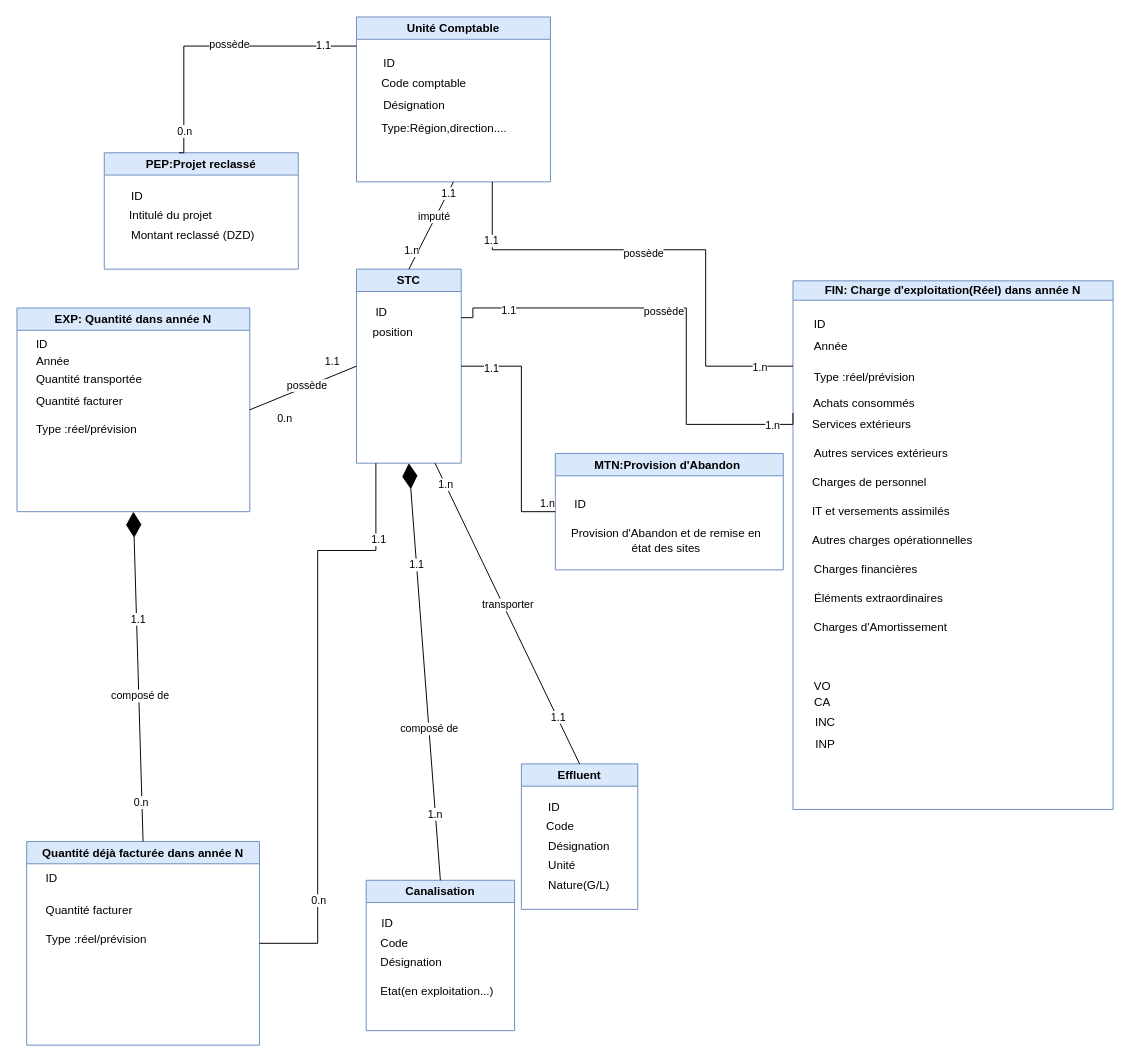
Above: Diagramme de class Tarification.drawio.xml in saddambelabed/Conception (draw.io), before the change. Source tidied: cells renumbered, new cells numbered last; positions are measured from the earlier drawing's top-left corner, leaving out a move shared by most shapes. Both pictures are drawn from the tidied source at 97%, with x=0, y=0 at pixel (16, 16).
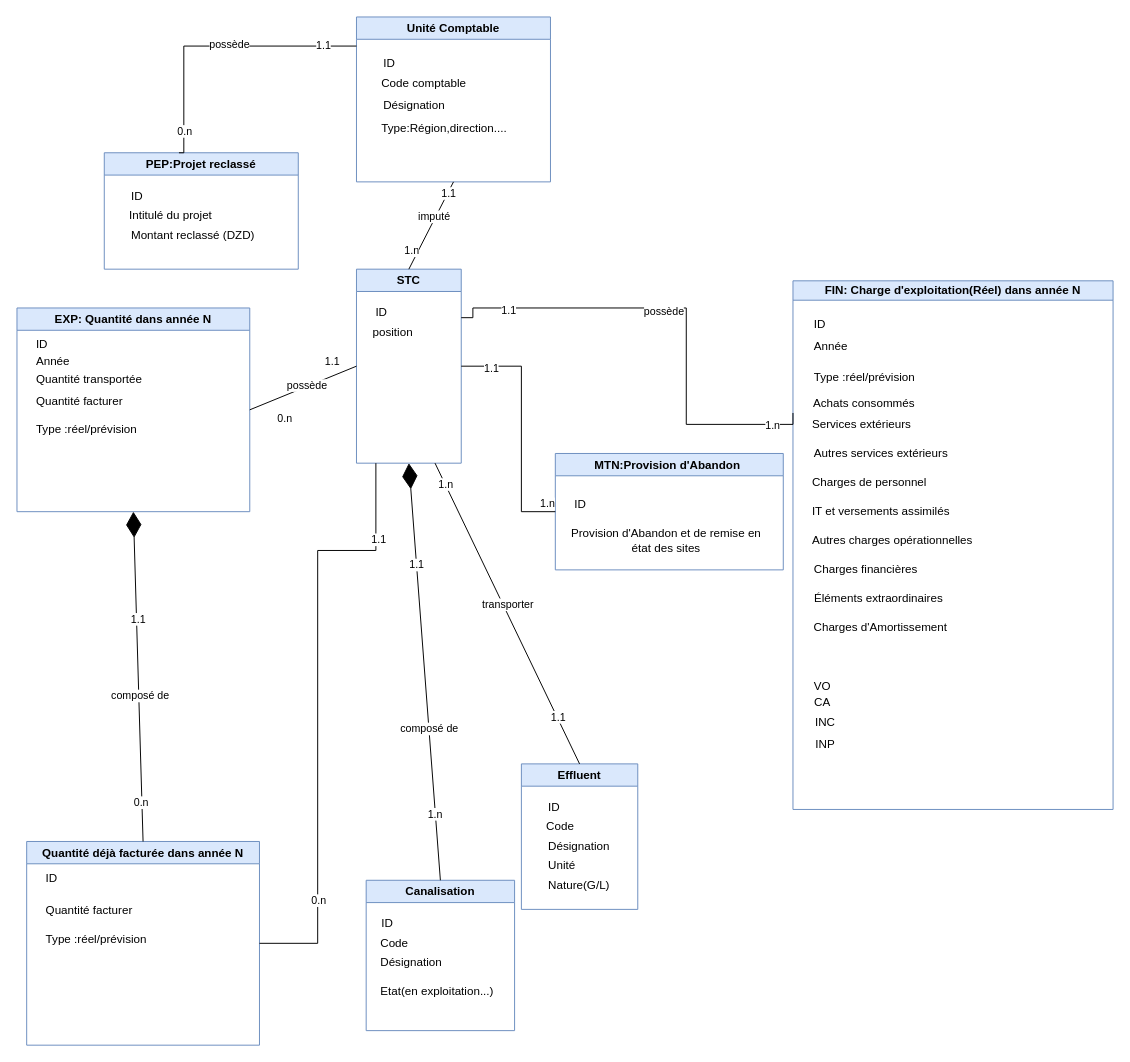
Above is the later version.

Commit message:
Mettre à jour Diagramme de class Tarification.drawio.xml

The edit, as a diff of the source:
```diff
@@
-    <mxCell id="49" style="edgeStyle=orthogonalEdgeStyle;rounded=0;orthogonalLoop=1;jettySize=auto;html=1;endArrow=none;endFill=0;" parent="1" edge="1">
-      <mxGeometry relative="1" as="geometry">
-        <mxPoint x="490" y="170" as="sourcePoint" />
-        <mxPoint x="800" y="360" as="targetPoint" />
-        <Array as="points">
-          <mxPoint x="490" y="240" />
-          <mxPoint x="710" y="240" />
-          <mxPoint x="710" y="360" />
-        </Array>
-      </mxGeometry>
-    </mxCell>
-    <mxCell id="50" value="possède" style="edgeLabel;html=1;align=center;verticalAlign=middle;" parent="49" vertex="1">
-      <mxGeometry x="-0.1" y="-3" relative="1" as="geometry" />
-    </mxCell>
-    <mxCell id="51" value="1.1" style="edgeLabel;html=1;align=center;verticalAlign=middle;" parent="49" vertex="1">
-      <mxGeometry x="-0.76" y="-2" relative="1" as="geometry" />
-    </mxCell>
-    <mxCell id="52" value="1.n" style="edgeLabel;html=1;align=center;verticalAlign=middle;" parent="49" vertex="1">
-      <mxGeometry x="0.86" relative="1" as="geometry" />
-    </mxCell>
```
